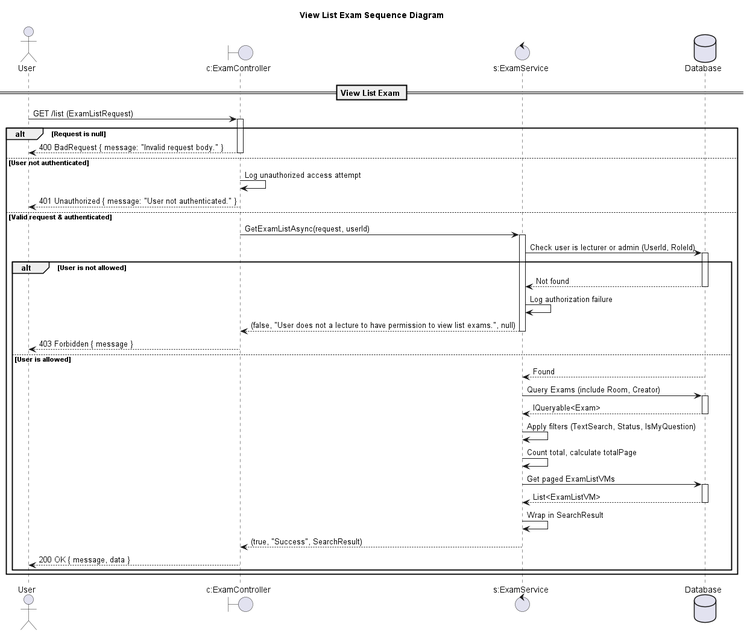
Above: design/out/viewlistexamsequencediagram/viewlistexamsequencediagram.png in conghoan1211/AI-Kiosk-Testing-system (PlantUML), before the change.
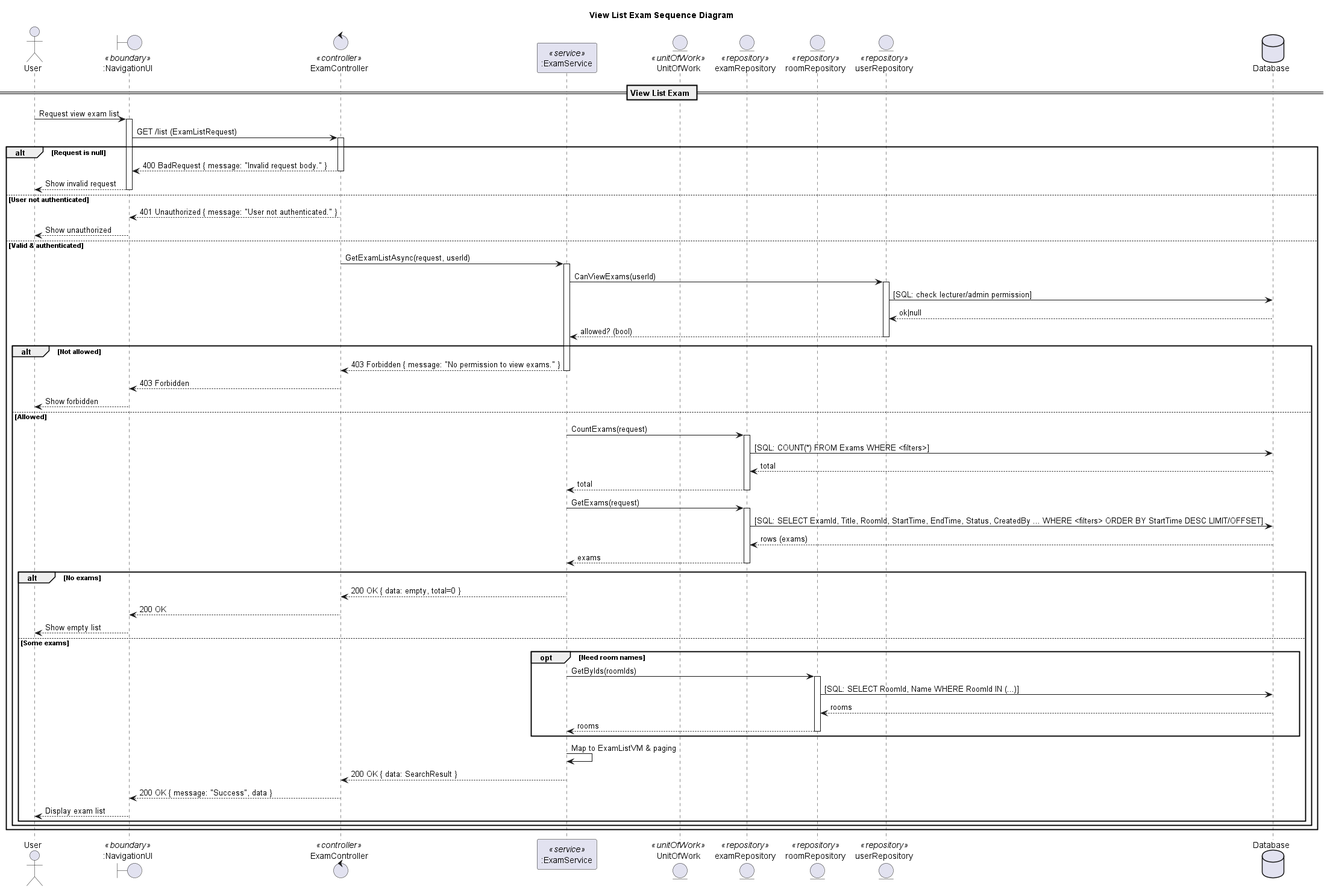
After the change.

Diff of the diagram source:
```diff
@@ -1,60 +1,93 @@
 @startuml
-
 title View List Exam Sequence Diagram
 
 actor "User" as Client
-boundary "c:ExamController" as Controller
-control "s:ExamService" as Service
+boundary ":NavigationUI" as UI <<boundary>>
+control "ExamController" as Controller <<controller>>
+participant ":ExamService" as Service <<service>>
+entity "UnitOfWork" as UoW <<unitOfWork>>
+
+entity "examRepository" as ExamRepo <<repository>>
+entity "roomRepository" as RoomRepo <<repository>>
+entity "userRepository" as UserRepo <<repository>>
+
 database "Database" as DB
 
 == View List Exam ==
 
-Client -> Controller: GET /list (ExamListRequest)
+Client -> UI: Request view exam list
+activate UI
+UI -> Controller: GET /list (ExamListRequest)
 activate Controller
 
 alt Request is null
-    Controller --> Client: 400 BadRequest { message: "Invalid request body." }
+  Controller --> UI: 400 BadRequest { message: "Invalid request body." }
+  deactivate Controller
+  UI --> Client: Show invalid request
+  deactivate UI
+else User not authenticated
+  Controller --> UI: 401 Unauthorized { message: "User not authenticated." }
+  deactivate Controller
+  UI --> Client: Show unauthorized
+  deactivate UI
+else Valid & authenticated
+  Controller -> Service: GetExamListAsync(request, userId)
+  activate Service
+
+  Service -> UserRepo: CanViewExams(userId)
+  activate UserRepo
+  UserRepo -> DB: [SQL: check lecturer/admin permission]
+  DB --> UserRepo: ok|null
+  UserRepo --> Service: allowed? (bool)
+  deactivate UserRepo
+
+  alt Not allowed
+    Service --> Controller: 403 Forbidden { message: "No permission to view exams." }
+    deactivate Service
+    Controller --> UI: 403 Forbidden
     deactivate Controller
-else User not authenticated
-    Controller -> Controller: Log unauthorized access attempt
-    Controller --> Client: 401 Unauthorized { message: "User not authenticated." }
-    deactivate Controller
-else Valid request & authenticated
-    Controller -> Service: GetExamListAsync(request, userId)
-    activate Service
+    UI --> Client: Show forbidden
+    deactivate UI
+  else Allowed
+    Service -> ExamRepo: CountExams(request)
+    activate ExamRepo
+    ExamRepo -> DB: [SQL: COUNT(*) FROM Exams WHERE <filters>]
+    DB --> ExamRepo: total
+    ExamRepo --> Service: total
+    deactivate ExamRepo
 
-    Service -> DB: Check user is lecturer or admin (UserId, RoleId)
-    activate DB
-    alt User is not allowed
-        DB --> Service: Not found
-        deactivate DB
-        Service -> Service: Log authorization failure
-        Service --> Controller: (false, "User does not a lecture to have permission to view list exams.", null)
-        deactivate Service
-        Controller --> Client: 403 Forbidden { message }
-        deactivate Controller
-    else User is allowed
-        DB --> Service: Found
-        deactivate DB
+    Service -> ExamRepo: GetExams(request)
+    activate ExamRepo
+    ExamRepo -> DB: [SQL: SELECT ExamId, Title, RoomId, StartTime, EndTime, Status, CreatedBy ... WHERE <filters> ORDER BY StartTime DESC LIMIT/OFFSET]
+    DB --> ExamRepo: rows (exams)
+    ExamRepo --> Service: exams
+    deactivate ExamRepo
 
-        Service -> DB: Query Exams (include Room, Creator)
-        activate DB
-        DB --> Service: IQueryable<Exam>
-        deactivate DB
+    alt No exams
+      Service --> Controller: 200 OK { data: empty, total=0 }
+      deactivate Service
+      Controller --> UI: 200 OK
+      deactivate Controller
+      UI --> Client: Show empty list
+      deactivate UI
+    else Some exams
+      opt Need room names
+        Service -> RoomRepo: GetByIds(roomIds)
+        activate RoomRepo
+        RoomRepo -> DB: [SQL: SELECT RoomId, Name WHERE RoomId IN (...)]
+        DB --> RoomRepo: rooms
+        RoomRepo --> Service: rooms
+        deactivate RoomRepo
+      end opt
 
-        Service -> Service: Apply filters (TextSearch, Status, IsMyQuestion)
-        Service -> Service: Count total, calculate totalPage
-        Service -> DB: Get paged ExamListVMs
-        activate DB
-        DB --> Service: List<ExamListVM>
-        deactivate DB
-
-        Service -> Service: Wrap in SearchResult
-        Service --> Controller: (true, "Success", SearchResult)
-        deactivate Service
-        Controller --> Client: 200 OK { message, data }
-        deactivate Controller
+      Service -> Service: Map to ExamListVM & paging
+      Service --> Controller: 200 OK { data: SearchResult }
+      deactivate Service
+      Controller --> UI: 200 OK { message: "Success", data }
+      deactivate Controller
+      UI --> Client: Display exam list
+      deactivate UI
     end alt
+  end alt
 end alt
-
 @enduml
```
